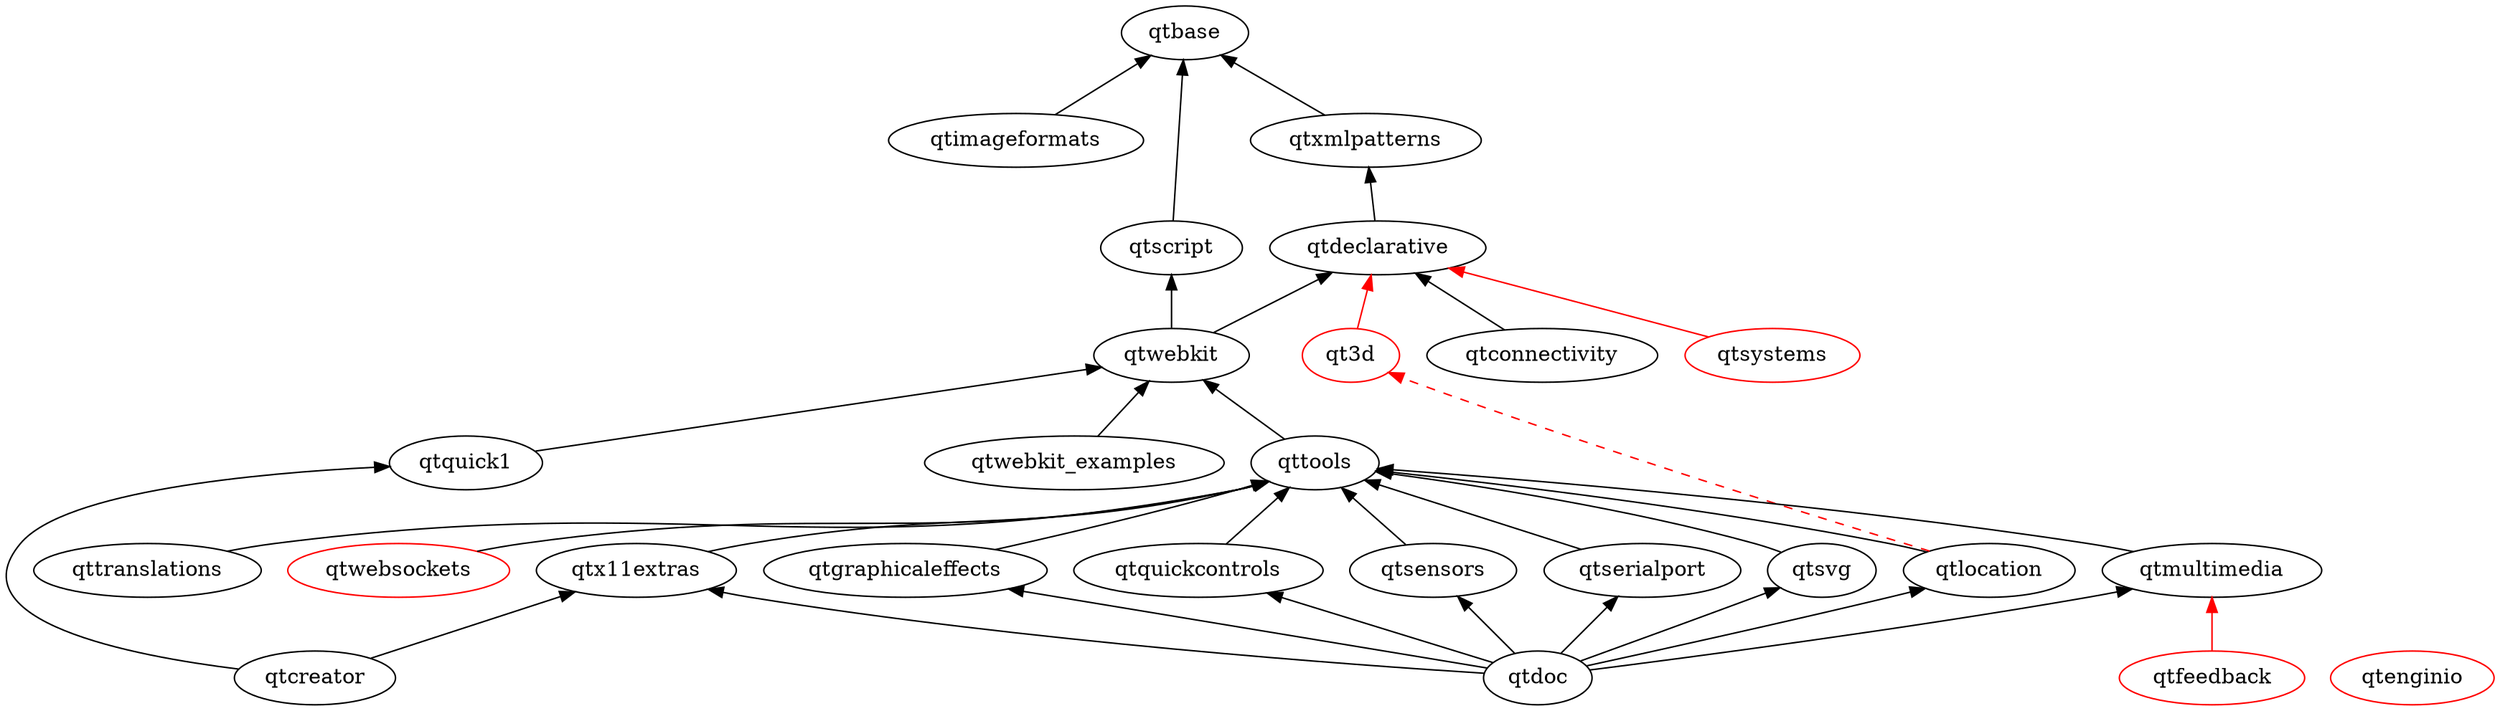
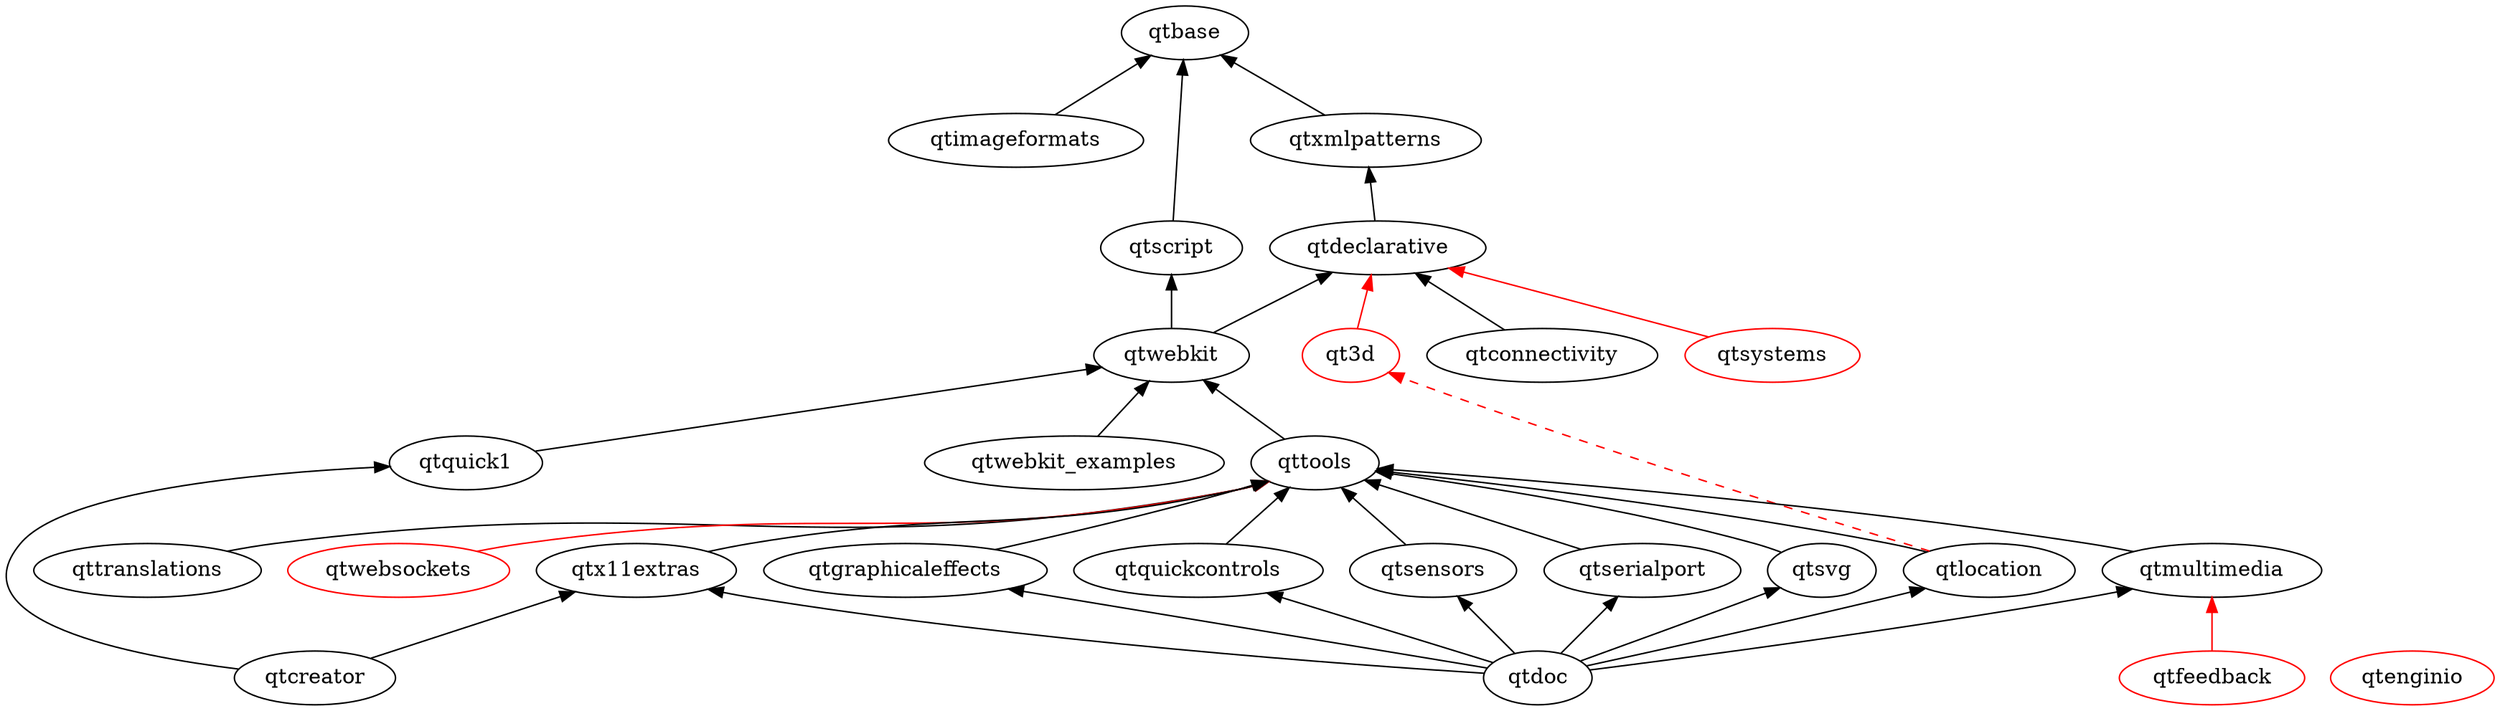
digraph qt5 {
  graph [
    rankdir = "BT"
  ]

  qt3d [ color = red ]
  qtbase
  qtconnectivity
  qtcreator
  qtdeclarative
  qtdoc
  qtenginio [ color = red ]
  qtfeedback [ color = red ]
  qtgraphicaleffects
  qtimageformats
  qtlocation
  qtmultimedia
  qtquick1
  qtquickcontrols
  qtscript
  qtsensors
  qtserialport
  qtsvg
  qtsystems [ color = red ]
  qttools
  qttranslations
  qtwebkit
  qtwebkit_examples
  qtwebsockets [ color = red ]
  qtx11extras
  qtxmlpatterns

  qtconnectivity -> qtdeclarative
  qtcreator -> qtx11extras
  qtcreator -> qtquick1
  qtdeclarative -> qtxmlpatterns
  qtdoc -> qtgraphicaleffects
  qtdoc -> qtmultimedia
  qtdoc -> qtlocation
  qtdoc -> qtquickcontrols
  qtdoc -> qtsensors
  qtdoc -> qtserialport
  qtdoc -> qtsvg
  qtdoc -> qtx11extras
  qtgraphicaleffects -> qttools
  qtimageformats -> qtbase
  qtmultimedia -> qttools
  qtquick1 -> qtwebkit
  qtquickcontrols -> qttools
  qtsensors -> qttools
  qtserialport -> qttools
  qtscript -> qtbase
  qtsvg -> qttools
  qttools -> qtwebkit
  qttranslations -> qttools
  qtwebkit -> qtscript
  qtwebkit -> qtdeclarative
  qtwebkit_examples -> qtwebkit
-   qtwebsockets -> qttools
+   qtwebsockets -> qttools [ color = red ]
  qtx11extras -> qttools
  qtxmlpatterns -> qtbase
  qtlocation -> qttools

  // unsure/not-uploaded
  qt3d -> qtdeclarative [ color = red ]
  qtfeedback -> qtmultimedia [ color = red ]
  qtlocation -> qt3d [color = red style = dashed]
  qtsystems -> qtdeclarative [ color = red ]
}
